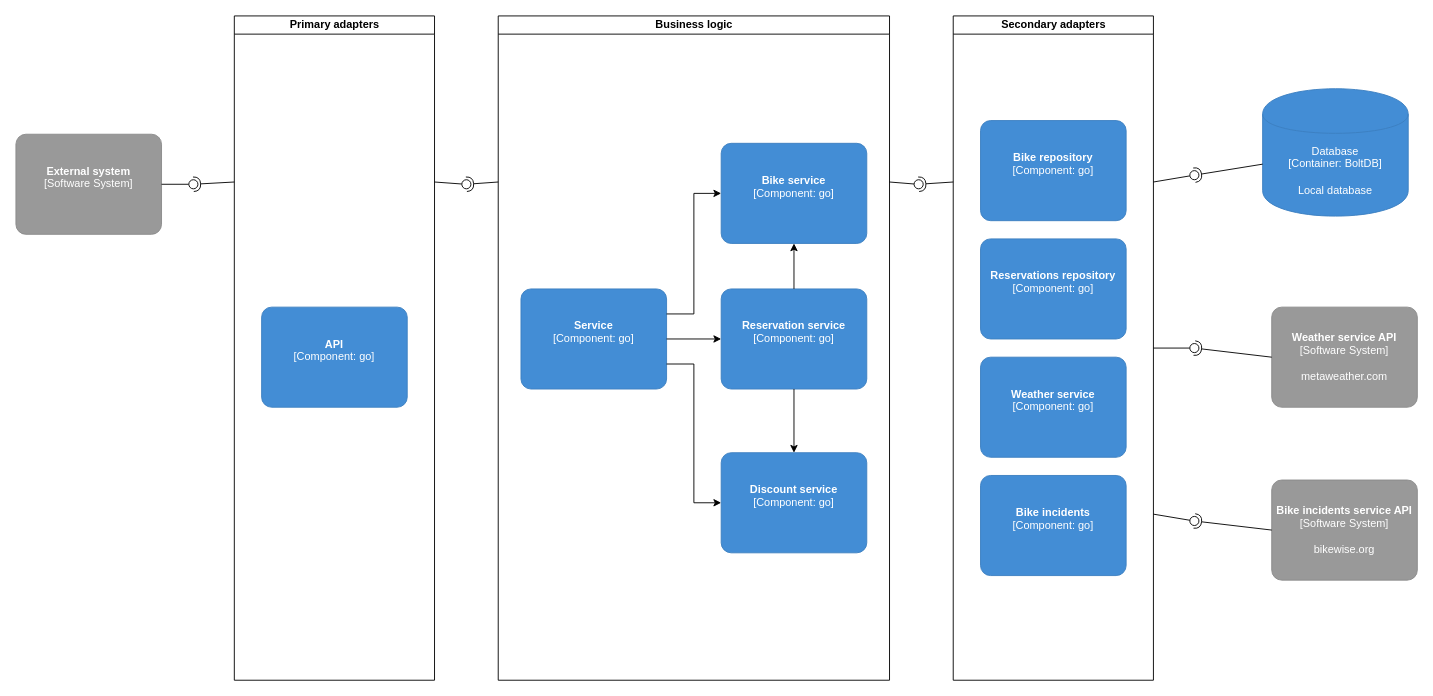
Before: docs/systemdesign/cleanarchitecture.drawio in GoSolve-io/go-application-guide, a draw.io diagram. Source tidied: cells renumbered, new cells numbered last; positions are measured from the earlier drawing's top-left corner, leaving out a move shared by most shapes. Both pictures are drawn from the tidied source at 91%, with x=0, y=0 at pixel (15, 15).
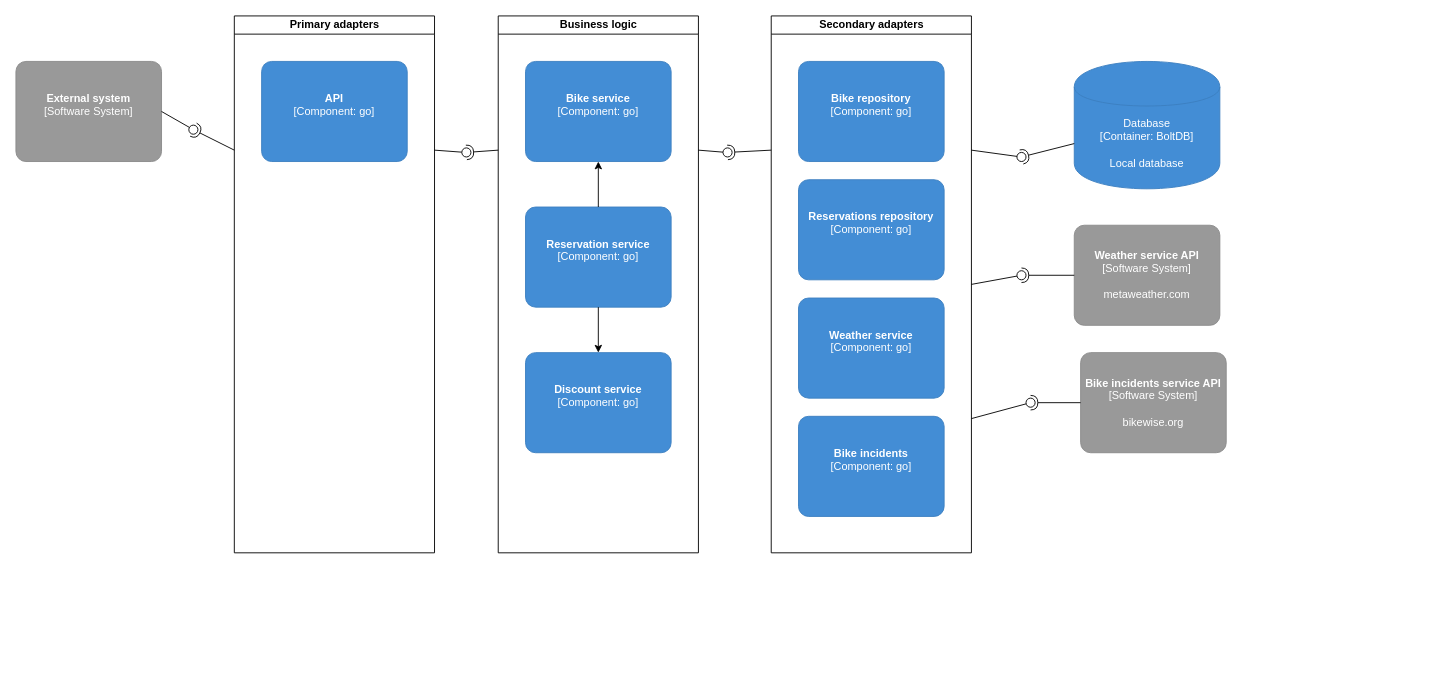
The same page after the edit.

The edit, as a diff of the source:
```diff
@@
     <object id="2" label="%c4Type%&lt;div&gt;[Container:&amp;nbsp;%c4Technology%]&lt;/div&gt;&lt;br&gt;&lt;div&gt;%c4Description%&lt;/div&gt;" c4Description="Local database" c4Technology="BoltDB" c4Type="Database" placeholders="1">
       <mxCell style="shape=cylinder;whiteSpace=wrap;html=1;boundedLbl=1;rounded=0;labelBackgroundColor=none;fillColor=#438DD5;fontSize=12;fontColor=#ffffff;align=center;strokeColor=#3C7FC0;points=[[0.5,0,0],[1,0.25,0],[1,0.5,0],[1,0.75,0],[0.5,1,0],[0,0.75,0],[0,0.5,0],[0,0.25,0]];metaData={&quot;c4Type&quot;:{&quot;editable&quot;:false}};" parent="1" vertex="1">
-        <mxGeometry x="1370" y="80" width="160" height="140" as="geometry" />
+        <mxGeometry x="1163" y="50" width="160" height="140" as="geometry" />
       </mxCell>
     </object>
     <object id="3" label="&lt;b&gt;%c4Name%&lt;/b&gt;&lt;div&gt;[%c4Type%]&lt;/div&gt;&lt;br&gt;&lt;div&gt;%c4Description%&lt;/div&gt;" c4Description="metaweather.com" c4Name="Weather service API" c4Type="Software System" placeholders="1">
       <mxCell style="rounded=1;whiteSpace=wrap;html=1;labelBackgroundColor=none;fillColor=#999999;fontColor=#ffffff;align=center;arcSize=10;strokeColor=#8A8A8A;metaData={&quot;c4Type&quot;:{&quot;editable&quot;:false}};points=[[0.25,0,0],[0.5,0,0],[0.75,0,0],[1,0.25,0],[1,0.5,0],[1,0.75,0],[0.75,1,0],[0.5,1,0],[0.25,1,0],[0,0.75,0],[0,0.5,0],[0,0.25,0]];" parent="1" vertex="1">
-        <mxGeometry x="1380" y="320" width="160" height="110" as="geometry" />
+        <mxGeometry x="1163" y="230" width="160" height="110" as="geometry" />
       </mxCell>
     </object>
     <object id="4" label="&lt;b&gt;%c4Name%&lt;/b&gt;&lt;div&gt;[%c4Type%]&lt;/div&gt;&lt;br&gt;&lt;div&gt;%c4Description%&lt;/div&gt;" c4Description="bikewise.org" c4Name="Bike incidents service API" c4Type="Software System" placeholders="1">
       <mxCell style="rounded=1;whiteSpace=wrap;html=1;labelBackgroundColor=none;fillColor=#999999;fontColor=#ffffff;align=center;arcSize=10;strokeColor=#8A8A8A;metaData={&quot;c4Type&quot;:{&quot;editable&quot;:false}};points=[[0.25,0,0],[0.5,0,0],[0.75,0,0],[1,0.25,0],[1,0.5,0],[1,0.75,0],[0.75,1,0],[0.5,1,0],[0.25,1,0],[0,0.75,0],[0,0.5,0],[0,0.25,0]];" parent="1" vertex="1">
-        <mxGeometry x="1380" y="510" width="160" height="110" as="geometry" />
+        <mxGeometry x="1170" y="370" width="160" height="110" as="geometry" />
       </mxCell>
     </object>
     <mxCell id="5" value="Primary adapters&lt;br&gt;" style="swimlane;html=1;startSize=20;horizontal=1;containerType=tree;" parent="1" vertex="1">
-      <mxGeometry x="240" width="220" height="730" as="geometry" />
+      <mxGeometry x="240" width="220" height="590" as="geometry" />
     </mxCell>
     <object id="6" label="&lt;b&gt;%c4Name%&lt;/b&gt;&lt;div&gt;[%c4Type%: %c4Technology%]&lt;/div&gt;&lt;br&gt;&lt;div&gt;%c4Description%&lt;/div&gt;" c4Description="" c4Name="API" c4Technology="go" c4Type="Component" placeholders="1">
       <mxCell style="rounded=1;whiteSpace=wrap;html=1;labelBackgroundColor=none;fillColor=#438DD5;fontColor=#ffffff;align=center;arcSize=10;strokeColor=#3C7FC0;metaData={&quot;c4Type&quot;:{&quot;editable&quot;:false}};" parent="5" vertex="1">
-        <mxGeometry x="30" y="320" width="160" height="110" as="geometry" />
+        <mxGeometry x="30" y="50" width="160" height="110" as="geometry" />
       </mxCell>
     </object>
     <mxCell id="7" value="Business logic" style="swimlane;html=1;startSize=20;horizontal=1;containerType=tree;" parent="1" vertex="1">
-      <mxGeometry x="530" width="430" height="730" as="geometry" />
+      <mxGeometry x="530" width="220" height="590" as="geometry" />
     </mxCell>
     <object id="8" label="&lt;b&gt;%c4Name%&lt;/b&gt;&lt;div&gt;[%c4Type%: %c4Technology%]&lt;/div&gt;&lt;br&gt;&lt;div&gt;%c4Description%&lt;/div&gt;" c4Description="" c4Name="Bike service" c4Technology="go" c4Type="Component" placeholders="1">
       <mxCell style="rounded=1;whiteSpace=wrap;html=1;labelBackgroundColor=none;fillColor=#438DD5;fontColor=#ffffff;align=center;arcSize=10;strokeColor=#3C7FC0;metaData={&quot;c4Type&quot;:{&quot;editable&quot;:false}};points=[[0.25,0,0],[0.5,0,0],[0.75,0,0],[1,0.25,0],[1,0.5,0],[1,0.75,0],[0.75,1,0],[0.5,1,0],[0.25,1,0],[0,0.75,0],[0,0.5,0],[0,0.25,0]];" parent="7" vertex="1">
-        <mxGeometry x="245" y="140" width="160" height="110" as="geometry" />
+        <mxGeometry x="30" y="50" width="160" height="110" as="geometry" />
       </mxCell>
     </object>
     <object id="9" label="&lt;b&gt;%c4Name%&lt;/b&gt;&lt;div&gt;[%c4Type%: %c4Technology%]&lt;/div&gt;&lt;br&gt;&lt;div&gt;%c4Description%&lt;/div&gt;" c4Description="" c4Name="Reservation service" c4Technology="go" c4Type="Component" placeholders="1">
       <mxCell style="rounded=1;whiteSpace=wrap;html=1;labelBackgroundColor=none;fillColor=#438DD5;fontColor=#ffffff;align=center;arcSize=10;strokeColor=#3C7FC0;metaData={&quot;c4Type&quot;:{&quot;editable&quot;:false}};points=[[0.25,0,0],[0.5,0,0],[0.75,0,0],[1,0.25,0],[1,0.5,0],[1,0.75,0],[0.75,1,0],[0.5,1,0],[0.25,1,0],[0,0.75,0],[0,0.5,0],[0,0.25,0]];" parent="7" vertex="1">
-        <mxGeometry x="245" y="300" width="160" height="110" as="geometry" />
+        <mxGeometry x="30" y="210" width="160" height="110" as="geometry" />
       </mxCell>
     </object>
     <object id="10" label="&lt;b&gt;%c4Name%&lt;/b&gt;&lt;div&gt;[%c4Type%: %c4Technology%]&lt;/div&gt;&lt;br&gt;&lt;div&gt;%c4Description%&lt;/div&gt;" c4Description="" c4Name="Discount service" c4Technology="go" c4Type="Component" placeholders="1">
       <mxCell style="rounded=1;whiteSpace=wrap;html=1;labelBackgroundColor=none;fillColor=#438DD5;fontColor=#ffffff;align=center;arcSize=10;strokeColor=#3C7FC0;metaData={&quot;c4Type&quot;:{&quot;editable&quot;:false}};points=[[0.25,0,0],[0.5,0,0],[0.75,0,0],[1,0.25,0],[1,0.5,0],[1,0.75,0],[0.75,1,0],[0.5,1,0],[0.25,1,0],[0,0.75,0],[0,0.5,0],[0,0.25,0]];" parent="7" vertex="1">
-        <mxGeometry x="245" y="480" width="160" height="110" as="geometry" />
+        <mxGeometry x="30" y="370" width="160" height="110" as="geometry" />
       </mxCell>
     </object>
-    <object id="11" label="&lt;b&gt;%c4Name%&lt;/b&gt;&lt;div&gt;[%c4Type%: %c4Technology%]&lt;/div&gt;&lt;br&gt;&lt;div&gt;%c4Description%&lt;/div&gt;" c4Description="" c4Name="Service" c4Technology="go" c4Type="Component" placeholders="1">
-      <mxCell style="rounded=1;whiteSpace=wrap;html=1;labelBackgroundColor=none;fillColor=#438DD5;fontColor=#ffffff;align=center;arcSize=10;strokeColor=#3C7FC0;metaData={&quot;c4Type&quot;:{&quot;editable&quot;:false}};points=[[0.25,0,0],[0.5,0,0],[0.75,0,0],[1,0.25,0],[1,0.5,0],[1,0.75,0],[0.75,1,0],[0.5,1,0],[0.25,1,0],[0,0.75,0],[0,0.5,0],[0,0.25,0]];" parent="7" vertex="1">
-        <mxGeometry x="25" y="300" width="160" height="110" as="geometry" />
-      </mxCell>
-    </object>
@@
-    <mxCell id="14" style="edgeStyle=orthogonalEdgeStyle;rounded=0;jettySize=auto;html=1;exitX=1;exitY=0.25;exitDx=0;exitDy=0;exitPerimeter=0;entryX=0;entryY=0.5;entryDx=0;entryDy=0;entryPerimeter=0;" parent="7" edge="1" source="11" target="8">
-      <mxGeometry relative="1" as="geometry" />
-    </mxCell>
-    <mxCell id="15" style="edgeStyle=orthogonalEdgeStyle;rounded=0;jettySize=auto;html=1;exitX=1;exitY=0.5;exitDx=0;exitDy=0;exitPerimeter=0;entryX=0;entryY=0.5;entryDx=0;entryDy=0;entryPerimeter=0;" parent="7" edge="1" source="11" target="9">
-      <mxGeometry relative="1" as="geometry" />
-    </mxCell>
-    <mxCell id="16" style="edgeStyle=orthogonalEdgeStyle;rounded=0;jettySize=auto;html=1;exitX=1;exitY=0.75;exitDx=0;exitDy=0;exitPerimeter=0;entryX=0;entryY=0.5;entryDx=0;entryDy=0;entryPerimeter=0;" parent="7" edge="1" source="11" target="10">
-      <mxGeometry relative="1" as="geometry" />
-    </mxCell>
     <mxCell id="17" value="Secondary adapters" style="swimlane;html=1;startSize=20;horizontal=1;containerType=tree;" parent="1" vertex="1">
-      <mxGeometry x="1030" width="220" height="730" as="geometry" />
+      <mxGeometry x="830" width="220" height="590" as="geometry" />
     </mxCell>
     <object id="18" label="&lt;b&gt;%c4Name%&lt;/b&gt;&lt;div&gt;[%c4Type%: %c4Technology%]&lt;/div&gt;&lt;br&gt;&lt;div&gt;%c4Description%&lt;/div&gt;" c4Description="" c4Name="Bike repository" c4Technology="go" c4Type="Component" placeholders="1">
       <mxCell style="rounded=1;whiteSpace=wrap;html=1;labelBackgroundColor=none;fillColor=#438DD5;fontColor=#ffffff;align=center;arcSize=10;strokeColor=#3C7FC0;metaData={&quot;c4Type&quot;:{&quot;editable&quot;:false}};" parent="17" vertex="1">
-        <mxGeometry x="30" y="115" width="160" height="110" as="geometry" />
+        <mxGeometry x="30" y="50" width="160" height="110" as="geometry" />
       </mxCell>
     </object>
     <object id="19" label="&lt;b&gt;%c4Name%&lt;/b&gt;&lt;div&gt;[%c4Type%: %c4Technology%]&lt;/div&gt;&lt;br&gt;&lt;div&gt;%c4Description%&lt;/div&gt;" c4Description="" c4Name="Reservations repository" c4Technology="go" c4Type="Component" placeholders="1">
       <mxCell style="rounded=1;whiteSpace=wrap;html=1;labelBackgroundColor=none;fillColor=#438DD5;fontColor=#ffffff;align=center;arcSize=10;strokeColor=#3C7FC0;metaData={&quot;c4Type&quot;:{&quot;editable&quot;:false}};" parent="17" vertex="1">
-        <mxGeometry x="30" y="245" width="160" height="110" as="geometry" />
+        <mxGeometry x="30" y="180" width="160" height="110" as="geometry" />
       </mxCell>
     </object>
     <object id="20" label="&lt;b&gt;%c4Name%&lt;/b&gt;&lt;div&gt;[%c4Type%: %c4Technology%]&lt;/div&gt;&lt;br&gt;&lt;div&gt;%c4Description%&lt;/div&gt;" c4Description="" c4Name="Weather service" c4Technology="go" c4Type="Component" placeholders="1">
       <mxCell style="rounded=1;whiteSpace=wrap;html=1;labelBackgroundColor=none;fillColor=#438DD5;fontColor=#ffffff;align=center;arcSize=10;strokeColor=#3C7FC0;metaData={&quot;c4Type&quot;:{&quot;editable&quot;:false}};" parent="17" vertex="1">
-        <mxGeometry x="30" y="375" width="160" height="110" as="geometry" />
+        <mxGeometry x="30" y="310" width="160" height="110" as="geometry" />
       </mxCell>
     </object>
     <object id="21" label="&lt;b&gt;%c4Name%&lt;/b&gt;&lt;div&gt;[%c4Type%: %c4Technology%]&lt;/div&gt;&lt;br&gt;&lt;div&gt;%c4Description%&lt;/div&gt;" c4Description="" c4Name="Bike incidents" c4Technology="go" c4Type="Component" placeholders="1">
       <mxCell style="rounded=1;whiteSpace=wrap;html=1;labelBackgroundColor=none;fillColor=#438DD5;fontColor=#ffffff;align=center;arcSize=10;strokeColor=#3C7FC0;metaData={&quot;c4Type&quot;:{&quot;editable&quot;:false}};" parent="17" vertex="1">
-        <mxGeometry x="30" y="505" width="160" height="110" as="geometry" />
+        <mxGeometry x="30" y="440" width="160" height="110" as="geometry" />
       </mxCell>
     </object>
@@
     <mxCell id="24" style="ellipse;whiteSpace=wrap;html=1;fontFamily=Helvetica;fontSize=12;fontColor=#000000;align=center;strokeColor=#000000;fillColor=#ffffff;points=[];" parent="1" vertex="1">
-      <mxGeometry x="490" y="180" width="10" height="10" as="geometry" />
+      <mxGeometry x="490" y="145" width="10" height="10" as="geometry" />
     </mxCell>
@@
     <mxCell id="27" style="ellipse;whiteSpace=wrap;html=1;fontFamily=Helvetica;fontSize=12;fontColor=#000000;align=center;strokeColor=#000000;fillColor=#ffffff;points=[];" parent="1" vertex="1">
-      <mxGeometry x="987" y="180" width="10" height="10" as="geometry" />
+      <mxGeometry x="777" y="145" width="10" height="10" as="geometry" />
     </mxCell>
@@
     <mxCell id="30" style="ellipse;whiteSpace=wrap;html=1;fontFamily=Helvetica;fontSize=12;fontColor=#000000;align=center;strokeColor=#000000;fillColor=#ffffff;points=[];" parent="1" vertex="1">
-      <mxGeometry x="1290" y="170" width="10" height="10" as="geometry" />
+      <mxGeometry x="1100" y="150" width="10" height="10" as="geometry" />
     </mxCell>
@@
     <mxCell id="33" style="ellipse;whiteSpace=wrap;html=1;fontFamily=Helvetica;fontSize=12;fontColor=#000000;align=center;strokeColor=#000000;fillColor=#ffffff;points=[];" parent="1" vertex="1">
-      <mxGeometry x="1290" y="360" width="10" height="10" as="geometry" />
+      <mxGeometry x="1100" y="280" width="10" height="10" as="geometry" />
     </mxCell>
@@
     <mxCell id="36" style="ellipse;whiteSpace=wrap;html=1;fontFamily=Helvetica;fontSize=12;fontColor=#000000;align=center;strokeColor=#000000;fillColor=#ffffff;points=[];" parent="1" vertex="1">
-      <mxGeometry x="1290" y="550" width="10" height="10" as="geometry" />
+      <mxGeometry x="1110" y="420" width="10" height="10" as="geometry" />
     </mxCell>
     <object id="37" label="&lt;b&gt;%c4Name%&lt;/b&gt;&lt;div&gt;[%c4Type%]&lt;/div&gt;&lt;br&gt;&lt;div&gt;%c4Description%&lt;/div&gt;" c4Description="" c4Name="External system" c4Type="Software System" placeholders="1">
       <mxCell style="rounded=1;whiteSpace=wrap;html=1;labelBackgroundColor=none;fillColor=#999999;fontColor=#ffffff;align=center;arcSize=10;strokeColor=#8A8A8A;metaData={&quot;c4Type&quot;:{&quot;editable&quot;:false}};points=[[0.25,0,0],[0.5,0,0],[0.75,0,0],[1,0.25,0],[1,0.5,0],[1,0.75,0],[0.75,1,0],[0.5,1,0],[0.25,1,0],[0,0.75,0],[0,0.5,0],[0,0.25,0]];" parent="1" vertex="1">
-        <mxGeometry y="130" width="160" height="110" as="geometry" />
+        <mxGeometry y="50" width="160" height="110" as="geometry" />
       </mxCell>
     </object>
@@
     <mxCell id="40" style="ellipse;whiteSpace=wrap;html=1;fontFamily=Helvetica;fontSize=12;fontColor=#000000;align=center;strokeColor=#000000;fillColor=#ffffff;points=[];" parent="1" vertex="1">
-      <mxGeometry x="190" y="180" width="10" height="10" as="geometry" />
+      <mxGeometry x="190" y="120" width="10" height="10" as="geometry" />
     </mxCell>
```
